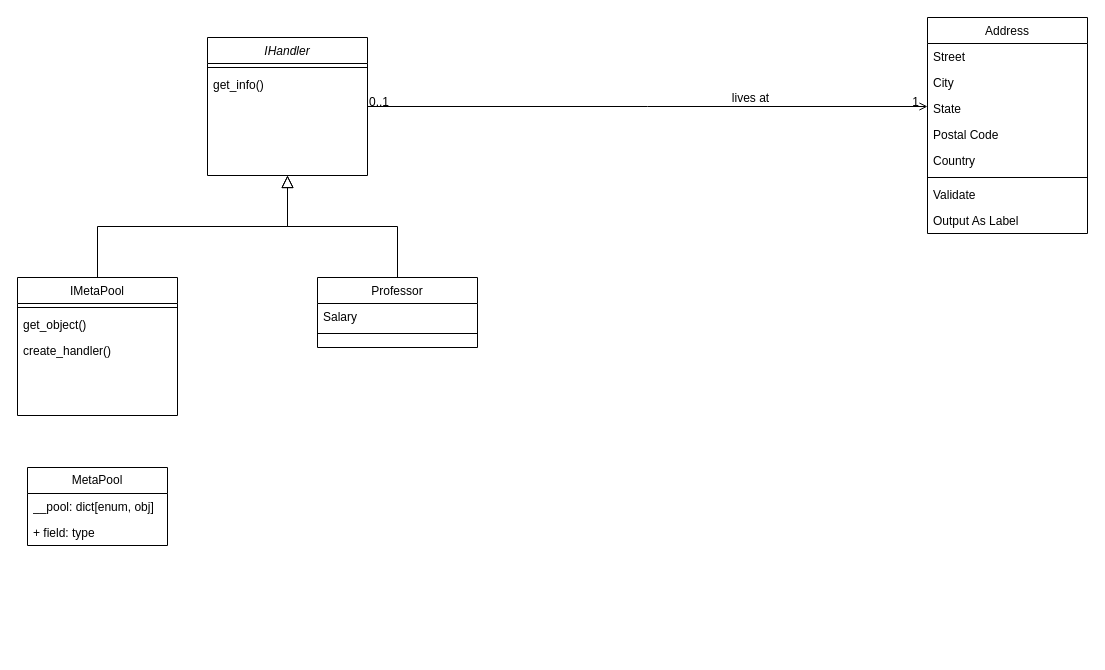
The draw.io diagram itmo_uml.drawio in avzinovev15/ITMO_Quantum, before the edit. Source tidied: cells renumbered, new cells numbered last; positions are measured from the earlier drawing's top-left corner, leaving out a move shared by most shapes. Both pictures are drawn from the tidied source at 100%, with x=0, y=0 at pixel (17, 17).
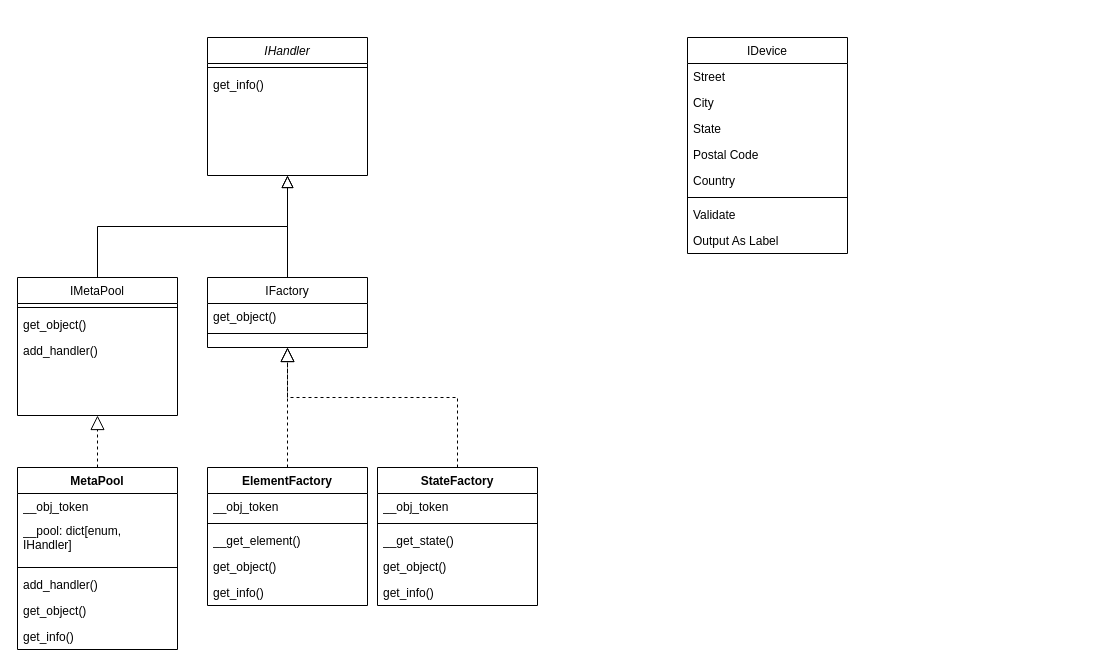
The same diagram, later.

The change refers to these unchanged cells:
```xml
<mxCell id="2" value="IHandler" style="swimlane;fontStyle=2;align=center;verticalAlign=top;horizontal=1;startSize=26;rounded=0;shadow=0;strokeWidth=1;" parent="1" vertex="1">
  <mxGeometry x="190" y="20" width="160" height="138" as="geometry" />
</mxCell>
<mxCell id="5" value="IMetaPool" style="swimlane;fontStyle=0;align=center;verticalAlign=top;horizontal=1;startSize=26;rounded=0;shadow=0;strokeWidth=1;" parent="1" vertex="1">
  <mxGeometry y="260" width="160" height="138" as="geometry" />
</mxCell>
```

Change to the diagram source:
```diff
@@
-    <mxCell id="8" value="create_handler()" style="text;align=left;verticalAlign=top;spacingLeft=4;spacingRight=4;overflow=hidden;" parent="5" vertex="1">
+    <mxCell id="8" value="add_handler()" style="text;align=left;verticalAlign=top;spacingLeft=4;spacingRight=4;overflow=hidden;" parent="5" vertex="1">
       <mxGeometry y="60" width="160" height="26" as="geometry" />
     </mxCell>
@@
-    <mxCell id="10" value="Professor" style="swimlane;fontStyle=0;align=center;verticalAlign=top;horizontal=1;startSize=26;rounded=0;shadow=0;strokeWidth=1;" parent="1" vertex="1">
-      <mxGeometry x="300" y="260" width="160" height="70" as="geometry" />
+    <mxCell id="10" value="IFactory" style="swimlane;fontStyle=0;align=center;verticalAlign=top;horizontal=1;startSize=26;rounded=0;shadow=0;strokeWidth=1;" parent="1" vertex="1">
+      <mxGeometry x="190" y="260" width="160" height="70" as="geometry" />
     </mxCell>
-    <mxCell id="11" value="Salary" style="text;align=left;verticalAlign=top;spacingLeft=4;spacingRight=4;overflow=hidden;" parent="10" vertex="1">
+    <mxCell id="11" value="get_object()" style="text;align=left;verticalAlign=top;spacingLeft=4;spacingRight=4;overflow=hidden;" parent="10" vertex="1">
       <mxGeometry y="26" width="160" height="26" as="geometry" />
     </mxCell>
@@
-    <mxCell id="14" value="Address" style="swimlane;fontStyle=0;align=center;verticalAlign=top;horizontal=1;startSize=26;rounded=0;shadow=0;strokeWidth=1;" parent="1" vertex="1">
-      <mxGeometry x="910" width="160" height="216" as="geometry" />
+    <mxCell id="14" value="IDevice&#10;" style="swimlane;fontStyle=0;align=center;verticalAlign=top;horizontal=1;startSize=26;rounded=0;shadow=0;strokeWidth=1;" parent="1" vertex="1">
+      <mxGeometry x="670" y="20" width="160" height="216" as="geometry" />
     </mxCell>
@@
-    <mxCell id="23" style="endArrow=open;shadow=0;strokeWidth=1;rounded=0;endFill=1;edgeStyle=elbowEdgeStyle;elbow=vertical;" parent="1" edge="1" source="2" target="14">
-      <mxGeometry x="0.5" y="41" relative="1" as="geometry">
-        <mxPoint x="-40" y="32" as="offset" />
-      </mxGeometry>
-    </mxCell>
-    <mxCell id="24" value="0..1" style="align=left;verticalAlign=bottom;labelBackgroundColor=none;fontSize=12;" parent="23" vertex="1">
-      <mxGeometry x="-1" relative="1" as="geometry">
-        <mxPoint y="4" as="offset" />
-      </mxGeometry>
-    </mxCell>
-    <mxCell id="25" value="1" style="align=right;verticalAlign=bottom;labelBackgroundColor=none;fontSize=12;" parent="23" vertex="1">
-      <mxGeometry x="1" relative="1" as="geometry">
-        <mxPoint x="-7" y="4" as="offset" />
-      </mxGeometry>
-    </mxCell>
-    <mxCell id="26" value="lives at" style="text;html=1;align=center;verticalAlign=middle;labelBackgroundColor=none;rounded=0;shadow=0;strokeWidth=1;fontSize=12;" parent="23" vertex="1">
-      <mxGeometry x="0.5" y="49" relative="1" as="geometry">
-        <mxPoint x="-38" y="40" as="offset" />
-      </mxGeometry>
-    </mxCell>
+    <mxCell id="30" style="endArrow=block;dashed=1;endFill=0;endSize=12;html=1;rounded=0;exitX=0.5;exitY=0;exitDx=0;exitDy=0;entryX=0.5;entryY=1;entryDx=0;entryDy=0;" parent="1" edge="1" source="27" target="5">
+      <mxGeometry relative="1" as="geometry" />
+    </mxCell>
-    <mxCell id="27" value="MetaPool" style="swimlane;fontStyle=0;horizontal=1;startSize=26;fillColor=none;whiteSpace=wrap;html=1;" parent="1" vertex="1">
-      <mxGeometry x="10" y="450" width="140" height="78" as="geometry" />
+    <mxCell id="27" value="MetaPool" style="swimlane;fontStyle=1;align=center;verticalAlign=top;horizontal=1;startSize=26;whiteSpace=wrap;html=1;" parent="1" vertex="1">
+      <mxGeometry y="450" width="160" height="182" as="geometry" />
     </mxCell>
+    <mxCell id="29" value="__obj_token" style="text;strokeColor=none;fillColor=none;align=left;verticalAlign=top;spacingLeft=4;spacingRight=4;overflow=hidden;whiteSpace=wrap;html=1;" parent="27" vertex="1">
+      <mxGeometry y="26" width="160" height="24" as="geometry" />
+    </mxCell>
-    <mxCell id="28" value="__pool: dict[enum, obj]" style="text;strokeColor=none;fillColor=none;align=left;verticalAlign=top;spacingLeft=4;spacingRight=4;overflow=hidden;whiteSpace=wrap;html=1;" parent="27" vertex="1">
-      <mxGeometry y="26" width="140" height="26" as="geometry" />
+    <mxCell id="28" value="__pool: dict[enum, IHandler]" style="text;strokeColor=none;fillColor=none;align=left;verticalAlign=top;spacingLeft=4;spacingRight=4;overflow=hidden;whiteSpace=wrap;html=1;" parent="27" vertex="1">
+      <mxGeometry y="50" width="160" height="46" as="geometry" />
     </mxCell>
-    <mxCell id="29" value="+ field: type" style="text;strokeColor=none;fillColor=none;align=left;verticalAlign=top;spacingLeft=4;spacingRight=4;overflow=hidden;whiteSpace=wrap;html=1;" parent="27" vertex="1">
-      <mxGeometry y="52" width="140" height="26" as="geometry" />
-    </mxCell>
+    <mxCell id="31" style="line;strokeWidth=1;fillColor=none;align=left;verticalAlign=middle;spacingTop=-1;spacingLeft=3;spacingRight=3;labelPosition=right;strokeColor=inherit;" parent="27" vertex="1">
+      <mxGeometry y="96" width="160" height="8" as="geometry" />
+    </mxCell>
+    <mxCell id="32" value="add_handler()" style="text;align=left;verticalAlign=top;spacingLeft=4;spacingRight=4;overflow=hidden;" parent="27" vertex="1">
+      <mxGeometry y="104" width="160" height="26" as="geometry" />
+    </mxCell>
+    <mxCell id="33" value="get_object()" style="text;align=left;verticalAlign=top;spacingLeft=4;spacingRight=4;overflow=hidden;" parent="27" vertex="1">
+      <mxGeometry y="130" width="160" height="26" as="geometry" />
+    </mxCell>
+    <mxCell id="34" value="get_info()" style="text;align=left;verticalAlign=top;spacingLeft=4;spacingRight=4;overflow=hidden;" parent="27" vertex="1">
+      <mxGeometry y="156" width="160" height="26" as="geometry" />
+    </mxCell>
+    <mxCell id="35" value="StateFactory" style="swimlane;fontStyle=1;align=center;verticalAlign=top;horizontal=1;startSize=26;whiteSpace=wrap;html=1;" parent="1" vertex="1">
+      <mxGeometry x="360" y="450" width="160" height="138" as="geometry" />
+    </mxCell>
+    <mxCell id="36" value="__obj_token" style="text;strokeColor=none;fillColor=none;align=left;verticalAlign=top;spacingLeft=4;spacingRight=4;overflow=hidden;whiteSpace=wrap;html=1;" parent="35" vertex="1">
+      <mxGeometry y="26" width="160" height="26" as="geometry" />
+    </mxCell>
+    <mxCell id="37" style="line;strokeWidth=1;fillColor=none;align=left;verticalAlign=middle;spacingTop=-1;spacingLeft=3;spacingRight=3;labelPosition=right;strokeColor=inherit;" parent="35" vertex="1">
+      <mxGeometry y="52" width="160" height="8" as="geometry" />
+    </mxCell>
+    <mxCell id="38" value="__get_state()" style="text;strokeColor=none;fillColor=none;align=left;verticalAlign=top;spacingLeft=4;spacingRight=4;overflow=hidden;whiteSpace=wrap;html=1;" parent="35" vertex="1">
+      <mxGeometry y="60" width="160" height="26" as="geometry" />
+    </mxCell>
+    <mxCell id="39" value="get_object()" style="text;strokeColor=none;fillColor=none;align=left;verticalAlign=top;spacingLeft=4;spacingRight=4;overflow=hidden;whiteSpace=wrap;html=1;" parent="35" vertex="1">
+      <mxGeometry y="86" width="160" height="26" as="geometry" />
+    </mxCell>
+    <mxCell id="40" value="get_info()" style="text;align=left;verticalAlign=top;spacingLeft=4;spacingRight=4;overflow=hidden;" parent="35" vertex="1">
+      <mxGeometry y="112" width="160" height="26" as="geometry" />
+    </mxCell>
+    <mxCell id="41" value="ElementFactory" style="swimlane;fontStyle=1;align=center;verticalAlign=top;horizontal=1;startSize=26;whiteSpace=wrap;html=1;" parent="1" vertex="1">
+      <mxGeometry x="190" y="450" width="160" height="138" as="geometry" />
+    </mxCell>
+    <mxCell id="42" value="__obj_token" style="text;strokeColor=none;fillColor=none;align=left;verticalAlign=top;spacingLeft=4;spacingRight=4;overflow=hidden;whiteSpace=wrap;html=1;" parent="41" vertex="1">
+      <mxGeometry y="26" width="160" height="26" as="geometry" />
+    </mxCell>
+    <mxCell id="43" style="line;strokeWidth=1;fillColor=none;align=left;verticalAlign=middle;spacingTop=-1;spacingLeft=3;spacingRight=3;labelPosition=right;strokeColor=inherit;" parent="41" vertex="1">
+      <mxGeometry y="52" width="160" height="8" as="geometry" />
+    </mxCell>
+    <mxCell id="44" value="__get_element()" style="text;strokeColor=none;fillColor=none;align=left;verticalAlign=top;spacingLeft=4;spacingRight=4;overflow=hidden;whiteSpace=wrap;html=1;" parent="41" vertex="1">
+      <mxGeometry y="60" width="160" height="26" as="geometry" />
+    </mxCell>
+    <mxCell id="45" value="get_object()" style="text;strokeColor=none;fillColor=none;align=left;verticalAlign=top;spacingLeft=4;spacingRight=4;overflow=hidden;whiteSpace=wrap;html=1;" parent="41" vertex="1">
+      <mxGeometry y="86" width="160" height="26" as="geometry" />
+    </mxCell>
+    <mxCell id="46" value="get_info()" style="text;align=left;verticalAlign=top;spacingLeft=4;spacingRight=4;overflow=hidden;" parent="41" vertex="1">
+      <mxGeometry y="112" width="160" height="26" as="geometry" />
+    </mxCell>
+    <mxCell id="47" style="endArrow=block;dashed=1;endFill=0;endSize=12;html=1;rounded=0;exitX=0.5;exitY=0;exitDx=0;exitDy=0;entryX=0.5;entryY=1;entryDx=0;entryDy=0;" parent="1" edge="1" source="41" target="10">
+      <mxGeometry relative="1" as="geometry" />
+    </mxCell>
+    <mxCell id="48" style="endArrow=block;dashed=1;endFill=0;endSize=12;html=1;rounded=0;exitX=0.5;exitY=0;exitDx=0;exitDy=0;entryX=0.5;entryY=1;entryDx=0;entryDy=0;" parent="1" edge="1" source="35" target="10">
+      <mxGeometry relative="1" as="geometry">
+        <Array as="points">
+          <mxPoint x="440" y="380" />
+          <mxPoint x="270" y="380" />
+        </Array>
+      </mxGeometry>
+    </mxCell>
```
